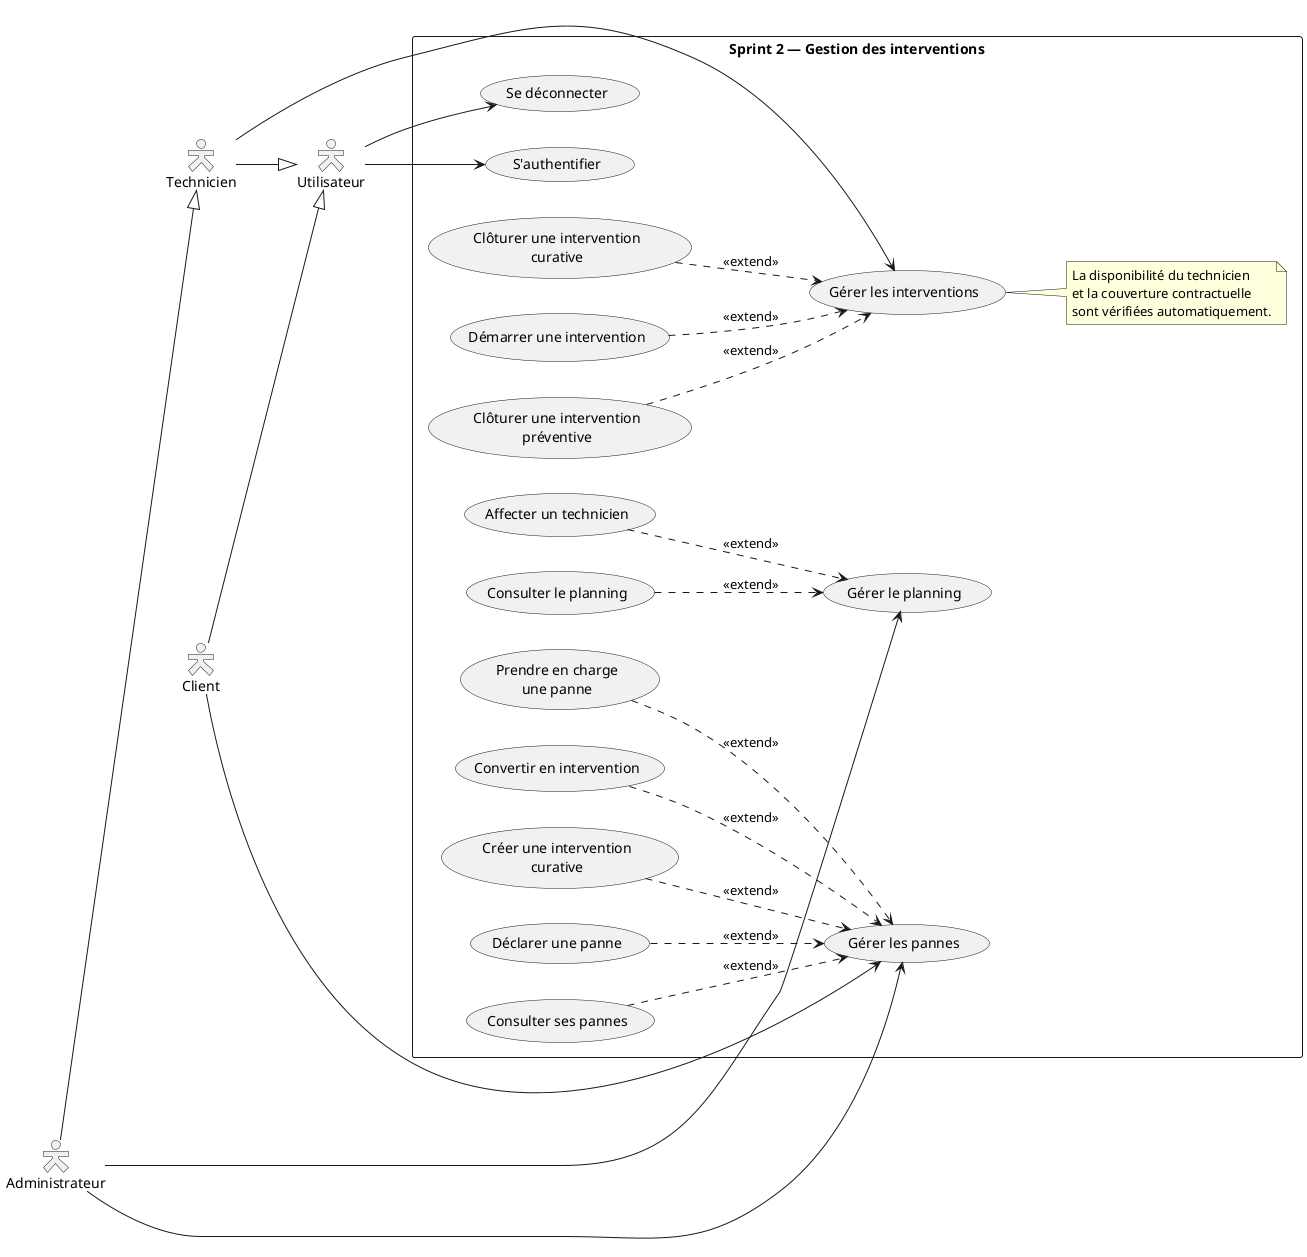
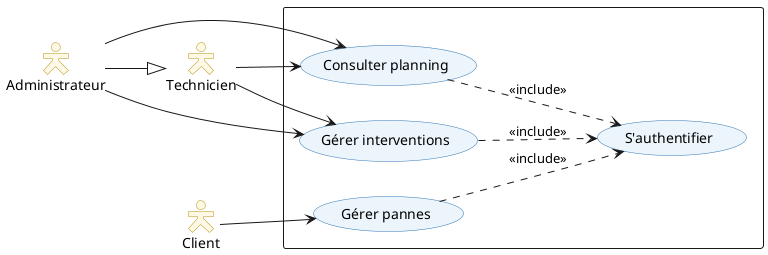
@startuml 12_sprint2_use_case
left to right direction
skinparam packageStyle rectangle
skinparam actorStyle Hollow
- 
- actor "Utilisateur" as U
- actor "Technicien" as T
- actor "Administrateur" as A
- actor "Client" as C
- 
- A --|> T
- T --|> U
- C --|> U
- 
- rectangle "Sprint 2 — Gestion des interventions" {
- 
-   usecase "S'authentifier" as UC_AUTH
-   usecase "Se déconnecter" as UC_LOGOUT
- 
-   usecase "Gérer le planning" as UC_PLANNING
-   usecase "Affecter un technicien" as UC_AFFECTER_TECH
-   usecase "Consulter le planning" as UC_CONSULT_PLANNING
- 
-   usecase "Gérer les interventions" as UC_INTERVENTIONS
-   usecase "Démarrer une intervention" as UC_START_INTER
-   usecase "Clôturer une intervention\npréventive" as UC_CLOSE_PREV
-   usecase "Clôturer une intervention\ncurative" as UC_CLOSE_CUR
- 
-   usecase "Gérer les pannes" as UC_PANNES
-   usecase "Déclarer une panne" as UC_DECL_PANNE
-   usecase "Consulter ses pannes" as UC_LIST_PANNES
-   usecase "Prendre en charge\nune panne" as UC_TAKE_PANNE
-   usecase "Convertir en intervention" as UC_CONVERT_PANNE
-   usecase "Créer une intervention\ncurative" as UC_CREATE_CUR
- 
-   note right of UC_INTERVENTIONS
-     La disponibilité du technicien
-     et la couverture contractuelle
-     sont vérifiées automatiquement.
-   end note
+ skinparam usecase {
+   BackgroundColor #EBF5FB
+   BorderColor #2E74B5
+ }
+ skinparam actor {
+   BackgroundColor #FEF9E7
+   BorderColor #B7950B
}

- U --> UC_AUTH
- U --> UC_LOGOUT
+ actor "Administrateur" as Admin
+ actor "Technicien"     as Tech
+ actor "Client"         as Cli

- A --> UC_PLANNING
- A --> UC_PANNES
- T --> UC_INTERVENTIONS
- C --> UC_PANNES
+ Admin --|> Tech

- UC_AFFECTER_TECH ..> UC_PLANNING : <<extend>>
- UC_CONSULT_PLANNING ..> UC_PLANNING : <<extend>>
+ rectangle " " {
+   usecase "S'authentifier"      as UC_AUTH
+   usecase "Gérer interventions" as UC_INTERV
+   usecase "Gérer pannes"        as UC_PANNE
+   usecase "Consulter planning"  as UC_PLANNING
+ }

- UC_START_INTER ..> UC_INTERVENTIONS : <<extend>>
- UC_CLOSE_PREV ..> UC_INTERVENTIONS : <<extend>>
- UC_CLOSE_CUR ..> UC_INTERVENTIONS : <<extend>>
+ Tech  --> UC_INTERV
+ Tech  --> UC_PLANNING
+ Admin --> UC_INTERV
+ Admin --> UC_PLANNING
+ Cli   --> UC_PANNE

- UC_DECL_PANNE ..> UC_PANNES : <<extend>>
- UC_LIST_PANNES ..> UC_PANNES : <<extend>>
- UC_TAKE_PANNE ..> UC_PANNES : <<extend>>
- UC_CONVERT_PANNE ..> UC_PANNES : <<extend>>
- UC_CREATE_CUR ..> UC_PANNES : <<extend>>
+ UC_INTERV   ..> UC_AUTH : <<include>>
+ UC_PANNE    ..> UC_AUTH : <<include>>
+ UC_PLANNING ..> UC_AUTH : <<include>>

@enduml
